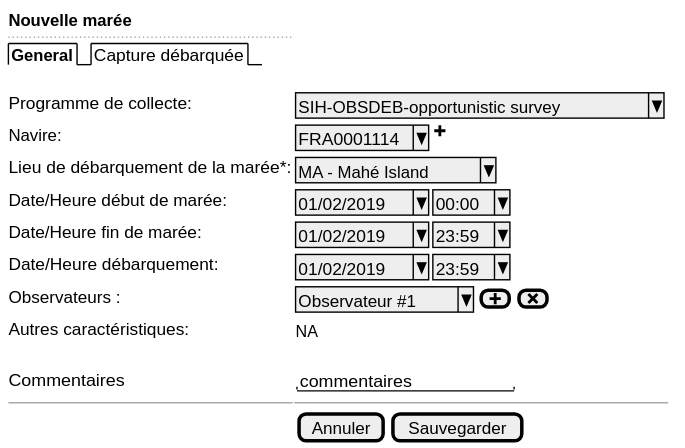
Above: use-case/collect/trip/landing-ui-var1a.svg in sumaris-net/sumaris-doc (PlantUML), before the change. Its source is kept beside it as use-case/collect/trip/landing-ui-var1a.puml. Source of this version:
```plantuml
@startsalt
{
  <b>Nouvelle marée
  ..
  {/ <b>General | Capture débarquée }
  .
  Programme de collecte:    | { ^SIH-OBSDEB-opportunistic survey^ }
  Navire:                   | { ^FRA0001114^ | <&plus> }
  Lieu de débarquement de la marée*:     | { ^MA - Mahé Island^ }
  Date/Heure début de marée:  | { ^01/02/2019^ | ^00:00^ }
  Date/Heure fin de marée:  | { ^01/02/2019^ | ^23:59^ }
  Date/Heure débarquement:  | { ^01/02/2019^ | ^23:59^ }
  Observateurs :            | { ^Observateur #1^ | [<&plus>] | [<&x>]}
  Autres caractéristiques:  | { NA }
  .
  Commentaires              | { "commentaires       "}

  -- | --

  .                          | {[Annuler] | [Sauvegarder]}
}
@endsalt
```
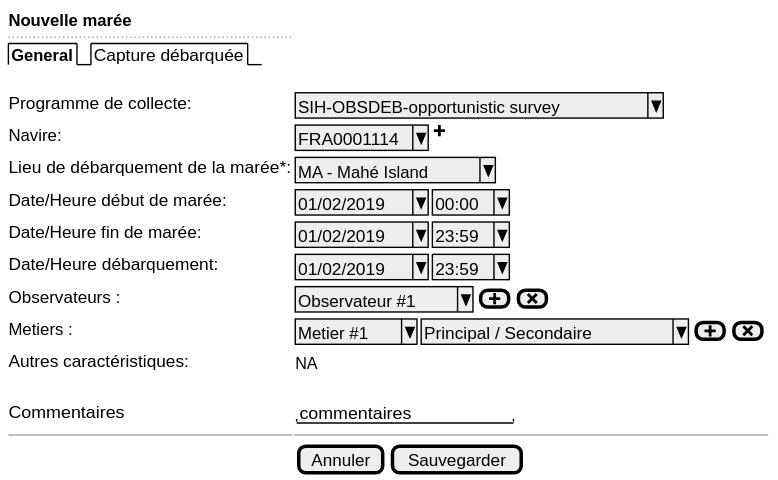
Later version of the same file.

Change to the diagram source:
```diff
@@ -11,6 +11,7 @@
   Date/Heure fin de marée:  | { ^01/02/2019^ | ^23:59^ }
   Date/Heure débarquement:  | { ^01/02/2019^ | ^23:59^ }
   Observateurs :            | { ^Observateur #1^ | [<&plus>] | [<&x>]}
+  Metiers :                 | { ^Metier #1^ | ^Principal / Secondaire^ | [<&plus>] | [<&x>]}
   Autres caractéristiques:  | { NA }
   .
   Commentaires              | { "commentaires       "}
```
